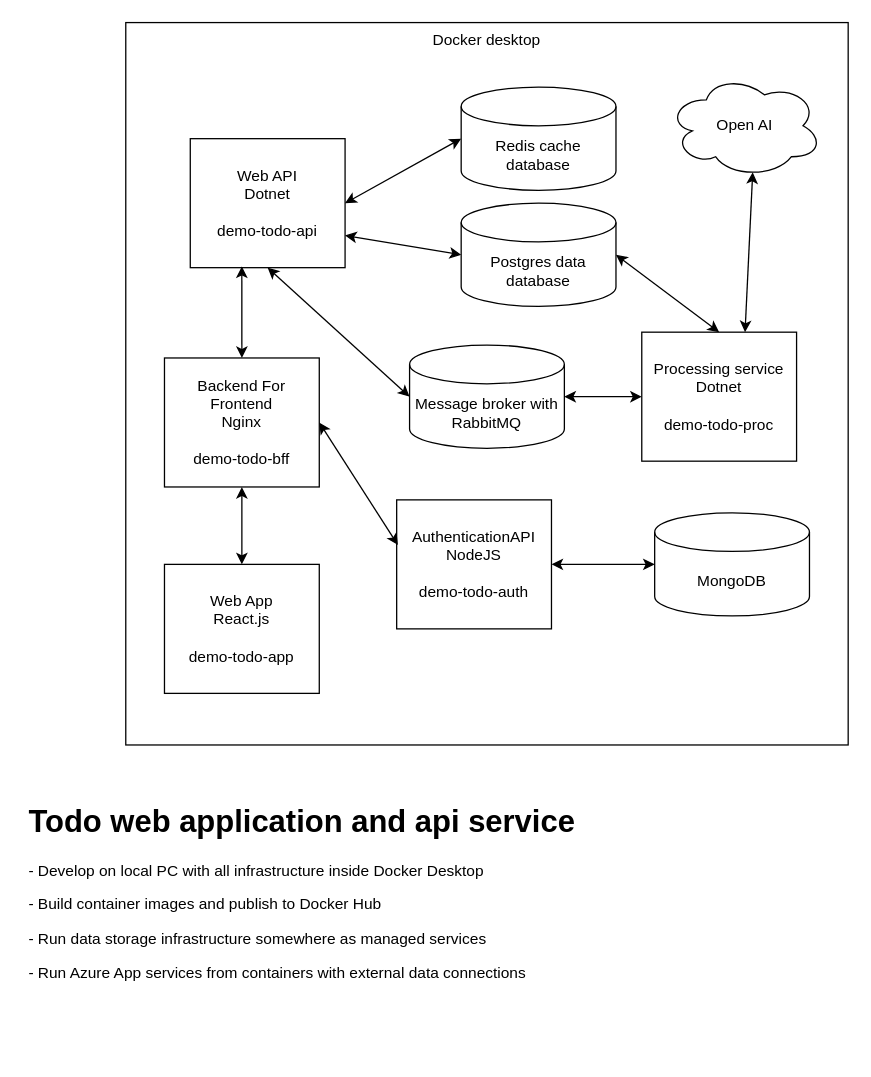
This is page "Part2" (2 of 2) of doc/TodoDemoApp.drawio from andtkach/TodoDemoApp, a draw.io file, before an edit. Source tidied: cells renumbered, new cells numbered last; positions are measured from the earlier drawing's top-left corner, leaving out a move shared by most shapes. Both pictures are drawn from the tidied source at 129%, with x=0, y=0 at pixel (22, 22).
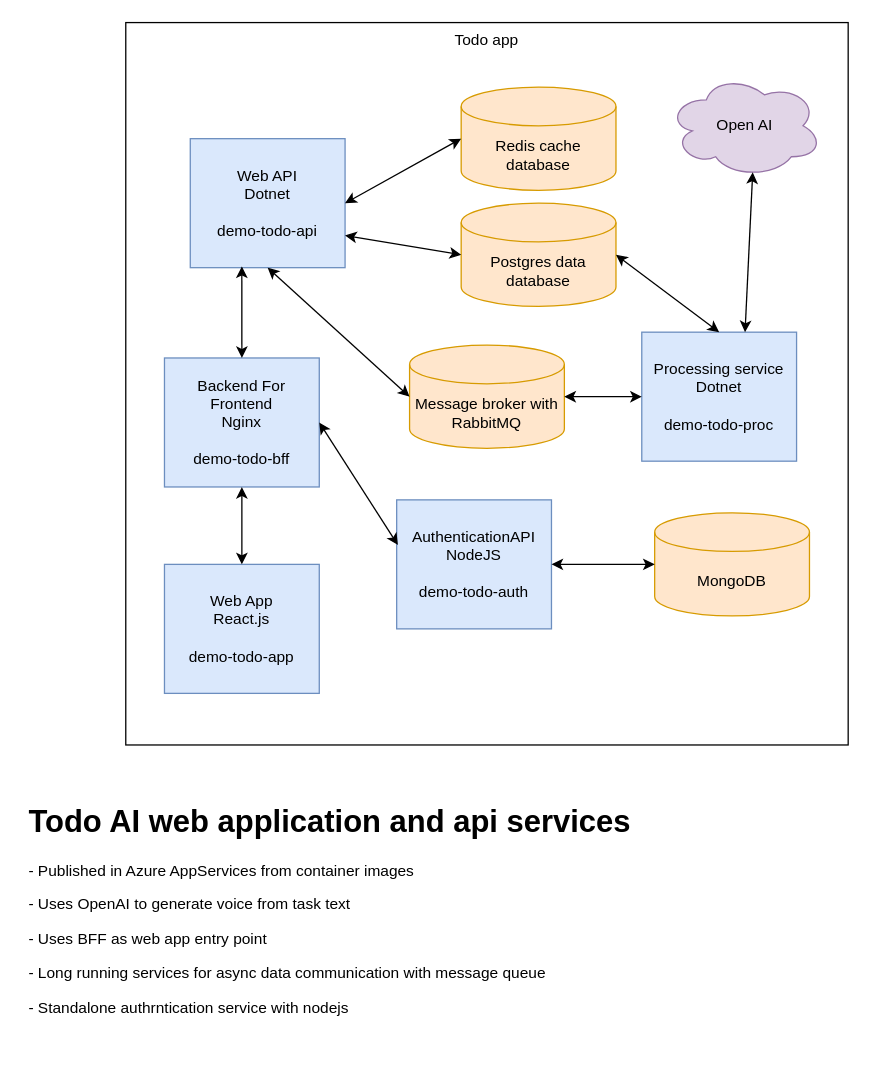
The same diagram, later.

Commit message (it also covers changes not shown here):
After the demo

Diff of the diagram source:
```diff
@@
-    <mxCell id="2" value="&lt;h1&gt;Todo web application and api service&lt;/h1&gt;&lt;p&gt;- Develop on local PC with all infrastructure inside Docker Desktop&lt;/p&gt;&lt;p&gt;- Build container images and publish to Docker Hub&lt;/p&gt;&lt;p&gt;- Run data storage infrastructure somewhere as managed services&lt;/p&gt;&lt;p&gt;- Run Azure App services from containers with external data connections&lt;/p&gt;&lt;p&gt;&lt;br&gt;&lt;/p&gt;" style="text;html=1;strokeColor=none;fillColor=none;spacing=5;spacingTop=-20;whiteSpace=wrap;overflow=hidden;rounded=0;" parent="1" vertex="1">
+    <mxCell id="2" value="&lt;h1&gt;Todo AI web application and api services&lt;/h1&gt;&lt;p&gt;- Published in Azure AppServices from container images&lt;/p&gt;&lt;p&gt;- Uses OpenAI to generate voice from task text&lt;/p&gt;&lt;p&gt;- Uses BFF as web app entry point&lt;/p&gt;&lt;p&gt;- Long running services for async data communication with message queue&lt;/p&gt;&lt;p&gt;- Standalone authrntication service with nodejs&lt;/p&gt;" style="text;html=1;strokeColor=none;fillColor=none;spacing=5;spacingTop=-20;whiteSpace=wrap;overflow=hidden;rounded=0;" parent="1" vertex="1">
       <mxGeometry y="600" width="480" height="200" as="geometry" />
     </mxCell>
-    <mxCell id="3" value="Docker desktop" style="whiteSpace=wrap;html=1;verticalAlign=top;" parent="1" vertex="1">
+    <mxCell id="3" value="Todo app" style="whiteSpace=wrap;html=1;verticalAlign=top;" parent="1" vertex="1">
       <mxGeometry x="80" width="560" height="560" as="geometry" />
     </mxCell>
-    <mxCell id="4" value="Web API&lt;br&gt;Dotnet&lt;br&gt;&lt;br&gt;demo-todo-api" style="rounded=0;whiteSpace=wrap;html=1;" parent="1" vertex="1">
+    <mxCell id="4" value="Web API&lt;br&gt;Dotnet&lt;br&gt;&lt;br&gt;demo-todo-api" style="rounded=0;whiteSpace=wrap;html=1;fillColor=#dae8fc;strokeColor=#6c8ebf;" parent="1" vertex="1">
       <mxGeometry x="130" y="90" width="120" height="100" as="geometry" />
     </mxCell>
-    <mxCell id="5" value="Redis cache database" style="shape=cylinder3;whiteSpace=wrap;html=1;boundedLbl=1;backgroundOutline=1;size=15;" parent="1" vertex="1">
+    <mxCell id="5" value="Redis cache database" style="shape=cylinder3;whiteSpace=wrap;html=1;boundedLbl=1;backgroundOutline=1;size=15;fillColor=#ffe6cc;strokeColor=#d79b00;" parent="1" vertex="1">
       <mxGeometry x="340" y="50" width="120" height="80" as="geometry" />
     </mxCell>
-    <mxCell id="6" value="Postgres data database" style="shape=cylinder3;whiteSpace=wrap;html=1;boundedLbl=1;backgroundOutline=1;size=15;" parent="1" vertex="1">
+    <mxCell id="6" value="Postgres data database" style="shape=cylinder3;whiteSpace=wrap;html=1;boundedLbl=1;backgroundOutline=1;size=15;fillColor=#ffe6cc;strokeColor=#d79b00;" parent="1" vertex="1">
       <mxGeometry x="340" y="140" width="120" height="80" as="geometry" />
     </mxCell>
-    <mxCell id="7" value="Web App&lt;br&gt;React.js&lt;br&gt;&lt;br&gt;demo-todo-app" style="rounded=0;whiteSpace=wrap;html=1;" parent="1" vertex="1">
+    <mxCell id="7" value="Web App&lt;br&gt;React.js&lt;br&gt;&lt;br&gt;demo-todo-app" style="rounded=0;whiteSpace=wrap;html=1;fillColor=#dae8fc;strokeColor=#6c8ebf;" parent="1" vertex="1">
       <mxGeometry x="110" y="420" width="120" height="100" as="geometry" />
     </mxCell>
@@
-    <mxCell id="10" value="Backend For Frontend&lt;br&gt;Nginx&lt;br&gt;&lt;br&gt;demo-todo-bff" style="rounded=0;whiteSpace=wrap;html=1;" parent="1" vertex="1">
+    <mxCell id="10" value="Backend For Frontend&lt;br&gt;Nginx&lt;br&gt;&lt;br&gt;demo-todo-bff" style="rounded=0;whiteSpace=wrap;html=1;fillColor=#dae8fc;strokeColor=#6c8ebf;" parent="1" vertex="1">
       <mxGeometry x="110" y="260" width="120" height="100" as="geometry" />
     </mxCell>
-    <mxCell id="11" value="Processing service&lt;br&gt;Dotnet&lt;br&gt;&lt;br&gt;demo-todo-proc" style="rounded=0;whiteSpace=wrap;html=1;" parent="1" vertex="1">
+    <mxCell id="11" value="Processing service&lt;br&gt;Dotnet&lt;br&gt;&lt;br&gt;demo-todo-proc" style="rounded=0;whiteSpace=wrap;html=1;fillColor=#dae8fc;strokeColor=#6c8ebf;" parent="1" vertex="1">
       <mxGeometry x="480" y="240" width="120" height="100" as="geometry" />
     </mxCell>
-    <mxCell id="12" value="Message broker with RabbitMQ" style="shape=cylinder3;whiteSpace=wrap;html=1;boundedLbl=1;backgroundOutline=1;size=15;" parent="1" vertex="1">
+    <mxCell id="12" value="Message broker with RabbitMQ" style="shape=cylinder3;whiteSpace=wrap;html=1;boundedLbl=1;backgroundOutline=1;size=15;fillColor=#ffe6cc;strokeColor=#d79b00;" parent="1" vertex="1">
       <mxGeometry x="300" y="250" width="120" height="80" as="geometry" />
     </mxCell>
@@
-    <mxCell id="16" value="Open AI" style="ellipse;shape=cloud;whiteSpace=wrap;html=1;" parent="1" vertex="1">
+    <mxCell id="16" value="Open AI" style="ellipse;shape=cloud;whiteSpace=wrap;html=1;fillColor=#e1d5e7;strokeColor=#9673a6;" parent="1" vertex="1">
       <mxGeometry x="500" y="40" width="120" height="80" as="geometry" />
     </mxCell>
@@
-    <mxCell id="18" value="AuthenticationAPI&lt;br&gt;NodeJS&lt;br&gt;&lt;br&gt;demo-todo-auth" style="rounded=0;whiteSpace=wrap;html=1;" parent="1" vertex="1">
+    <mxCell id="18" value="AuthenticationAPI&lt;br&gt;NodeJS&lt;br&gt;&lt;br&gt;demo-todo-auth" style="rounded=0;whiteSpace=wrap;html=1;fillColor=#dae8fc;strokeColor=#6c8ebf;" parent="1" vertex="1">
       <mxGeometry x="290" y="370" width="120" height="100" as="geometry" />
     </mxCell>
-    <mxCell id="19" value="MongoDB" style="shape=cylinder3;whiteSpace=wrap;html=1;boundedLbl=1;backgroundOutline=1;size=15;" parent="1" vertex="1">
+    <mxCell id="19" value="MongoDB" style="shape=cylinder3;whiteSpace=wrap;html=1;boundedLbl=1;backgroundOutline=1;size=15;fillColor=#ffe6cc;strokeColor=#d79b00;" parent="1" vertex="1">
       <mxGeometry x="490" y="380" width="120" height="80" as="geometry" />
     </mxCell>
```
